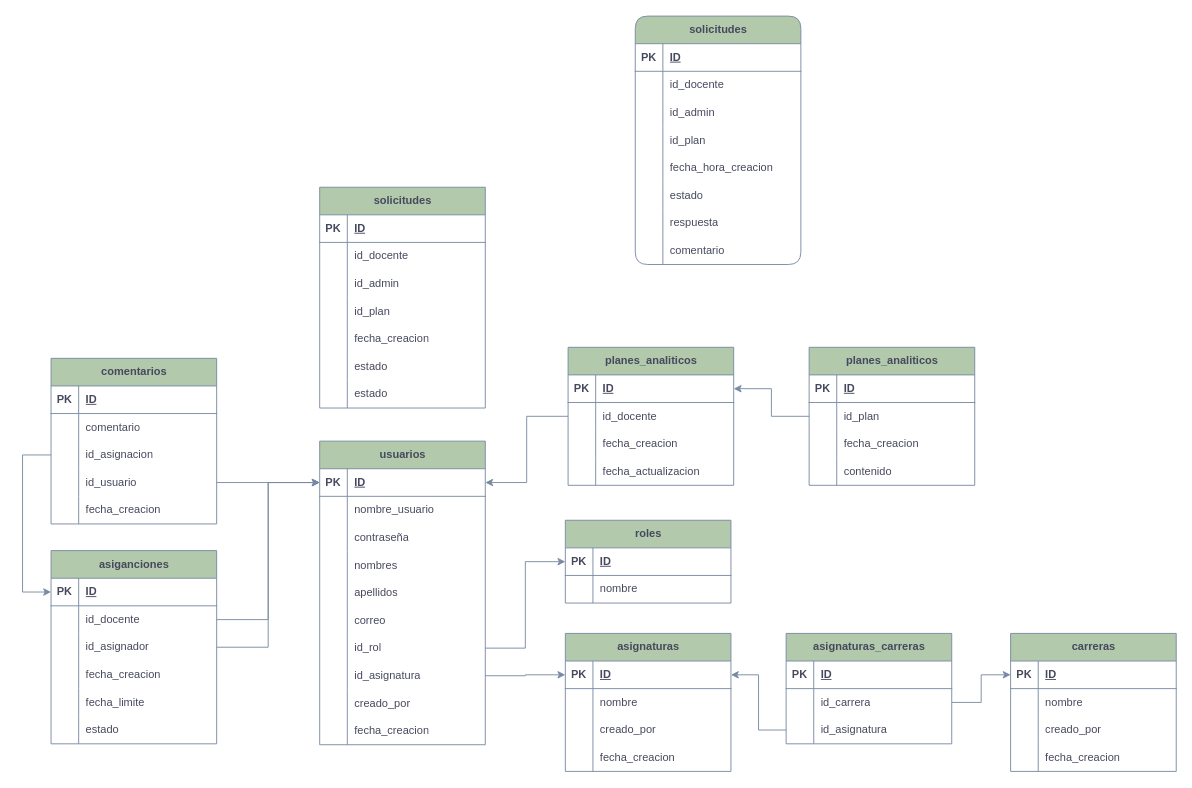
Earlier version of the draw.io diagram page "Diagrama Tablas" (4 of 4) of Diagrama sin título.drawio (JesusBriones2/prueba). Source tidied: cells renumbered, new cells numbered last; positions are measured from the earlier drawing's top-left corner, leaving out a move shared by most shapes. Both pictures are drawn from the tidied source at 92%, with x=0, y=0 at pixel (22, 16).
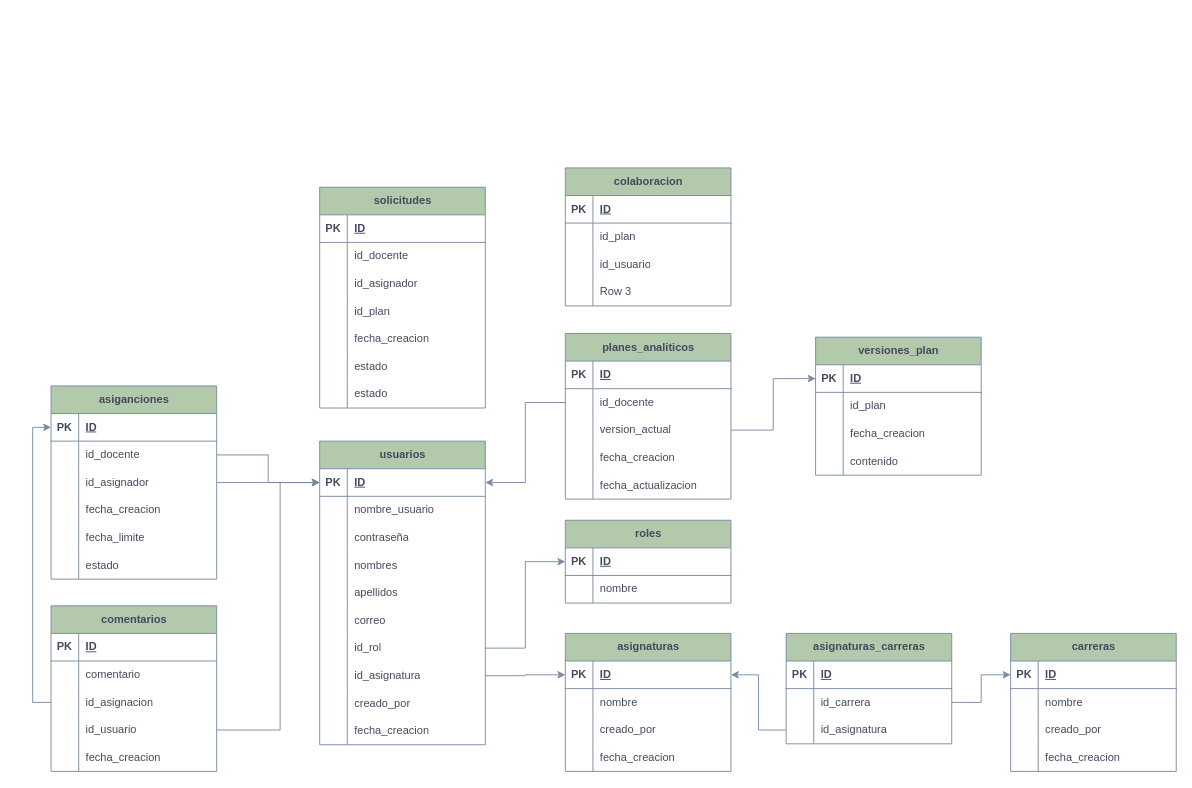
The same page after the edit.

Unchanged cells that the change refers to:
```xml
<mxCell id="3" style="shape=tableRow;horizontal=0;startSize=0;swimlaneHead=0;swimlaneBody=0;fillColor=none;points=[[0,0.5],[1,0.5]];portConstraint=eastwest;top=0;left=0;right=0;bottom=1;strokeColor=#788AA3;fontColor=#46495D;labelBackgroundColor=none;" parent="2" vertex="1">
  <mxGeometry y="30" width="180" height="30" as="geometry" />
</mxCell>
<mxCell id="81" style="shape=tableRow;horizontal=0;startSize=0;swimlaneHead=0;swimlaneBody=0;fillColor=none;points=[[0,0.5],[1,0.5]];portConstraint=eastwest;top=0;left=0;right=0;bottom=1;strokeColor=#788AA3;fontColor=#46495D;labelBackgroundColor=none;" parent="80" vertex="1">
  <mxGeometry y="30" width="180" height="30" as="geometry" />
</mxCell>
<mxCell id="95" style="shape=tableRow;horizontal=0;startSize=0;swimlaneHead=0;swimlaneBody=0;fillColor=none;points=[[0,0.5],[1,0.5]];portConstraint=eastwest;top=0;left=0;right=0;bottom=1;strokeColor=#788AA3;fontColor=#46495D;labelBackgroundColor=none;" parent="94" vertex="1">
  <mxGeometry y="30" width="180" height="30" as="geometry" />
</mxCell>
<mxCell id="98" style="shape=tableRow;horizontal=0;startSize=0;swimlaneHead=0;swimlaneBody=0;fillColor=none;points=[[0,0.5],[1,0.5]];portConstraint=eastwest;top=0;left=0;right=0;bottom=0;strokeColor=#788AA3;fontColor=#46495D;labelBackgroundColor=none;" parent="94" vertex="1">
  <mxGeometry y="60" width="180" height="30" as="geometry" />
</mxCell>
<mxCell id="109" style="shape=tableRow;horizontal=0;startSize=0;swimlaneHead=0;swimlaneBody=0;fillColor=none;points=[[0,0.5],[1,0.5]];portConstraint=eastwest;top=0;left=0;right=0;bottom=1;strokeColor=#788AA3;fontColor=#46495D;labelBackgroundColor=none;" parent="108" vertex="1">
  <mxGeometry y="30" width="180" height="30" as="geometry" />
</mxCell>
<mxCell id="134" style="shape=tableRow;horizontal=0;startSize=0;swimlaneHead=0;swimlaneBody=0;fillColor=none;points=[[0,0.5],[1,0.5]];portConstraint=eastwest;top=0;left=0;right=0;bottom=0;strokeColor=#788AA3;fontColor=#46495D;labelBackgroundColor=none;" parent="127" vertex="1">
  <mxGeometry y="90" width="180" height="30" as="geometry" />
</mxCell>
<mxCell id="137" style="shape=tableRow;horizontal=0;startSize=0;swimlaneHead=0;swimlaneBody=0;fillColor=none;points=[[0,0.5],[1,0.5]];portConstraint=eastwest;top=0;left=0;right=0;bottom=0;strokeColor=#788AA3;fontColor=#46495D;labelBackgroundColor=none;" parent="127" vertex="1">
  <mxGeometry y="120" width="180" height="30" as="geometry" />
</mxCell>
<mxCell id="153" style="shape=tableRow;horizontal=0;startSize=0;swimlaneHead=0;swimlaneBody=0;fillColor=none;top=0;left=0;right=0;bottom=0;strokeColor=#788AA3;fontColor=#46495D;labelBackgroundColor=none;" parent="146" vertex="1">
  <mxGeometry y="90" width="180" height="30" as="geometry" />
</mxCell>
```

What changed in the source:
```diff
@@
     <mxCell id="80" value="planes_analiticos" style="shape=table;startSize=30;childLayout=tableLayout;rowLines=0;fontStyle=1;align=center;html=1;strokeColor=#788AA3;fontColor=#46495D;fillColor=#B2C9AB;labelBackgroundColor=none;" parent="1" vertex="1">
-      <mxGeometry x="593" y="360" width="180" height="150" as="geometry" />
+      <mxGeometry x="590" y="345" width="180" height="180" as="geometry" />
     </mxCell>
@@
+    <mxCell id="194" style="shape=tableRow;horizontal=0;startSize=0;swimlaneHead=0;swimlaneBody=0;fillColor=none;points=[[0,0.5],[1,0.5]];portConstraint=eastwest;top=0;left=0;right=0;bottom=0;strokeColor=#788AA3;fontColor=#46495D;labelBackgroundColor=none;" parent="80" vertex="1">
+      <mxGeometry y="90" width="180" height="30" as="geometry" />
+    </mxCell>
+    <mxCell id="195" style="shape=partialRectangle;fillColor=none;top=0;left=0;bottom=0;right=0;overflow=hidden;whiteSpace=wrap;html=1;strokeColor=#788AA3;fontColor=#46495D;labelBackgroundColor=none;" parent="194" vertex="1">
+      <mxGeometry width="30" height="30" as="geometry" />
+    </mxCell>
+    <mxCell id="196" value="version_actual" style="shape=partialRectangle;fillColor=none;top=0;left=0;bottom=0;right=0;align=left;spacingLeft=6;overflow=hidden;whiteSpace=wrap;html=1;strokeColor=#788AA3;fontColor=#46495D;labelBackgroundColor=none;" parent="194" vertex="1">
+      <mxGeometry x="30" width="150" height="30" as="geometry" />
+    </mxCell>
     <mxCell id="87" style="shape=tableRow;horizontal=0;startSize=0;swimlaneHead=0;swimlaneBody=0;fillColor=none;top=0;left=0;right=0;bottom=0;strokeColor=#788AA3;fontColor=#46495D;labelBackgroundColor=none;" parent="80" vertex="1">
-      <mxGeometry y="90" width="180" height="30" as="geometry" />
+      <mxGeometry y="120" width="180" height="30" as="geometry" />
     </mxCell>
@@
     <mxCell id="90" style="shape=tableRow;horizontal=0;startSize=0;swimlaneHead=0;swimlaneBody=0;fillColor=none;top=0;left=0;right=0;bottom=0;strokeColor=#788AA3;fontColor=#46495D;labelBackgroundColor=none;" parent="80" vertex="1">
-      <mxGeometry y="120" width="180" height="30" as="geometry" />
+      <mxGeometry y="150" width="180" height="30" as="geometry" />
     </mxCell>
@@
-    <mxCell id="94" value="planes_analiticos" style="shape=table;startSize=30;childLayout=tableLayout;rowLines=0;fontStyle=1;align=center;html=1;strokeColor=#788AA3;fontColor=#46495D;fillColor=#B2C9AB;labelBackgroundColor=none;" parent="1" vertex="1">
-      <mxGeometry x="855" y="360" width="180" height="150" as="geometry" />
+    <mxCell id="94" value="versiones_plan" style="shape=table;startSize=30;childLayout=tableLayout;rowLines=0;fontStyle=1;align=center;html=1;strokeColor=#788AA3;fontColor=#46495D;fillColor=#B2C9AB;labelBackgroundColor=none;" parent="1" vertex="1">
+      <mxGeometry x="862" y="349" width="180" height="150" as="geometry" />
     </mxCell>
@@
-    <mxCell id="107" style="edgeStyle=orthogonalEdgeStyle;rounded=0;jettySize=auto;html=1;strokeColor=#788AA3;fontColor=default;fillColor=#B2C9AB;labelBackgroundColor=none;" parent="1" edge="1" source="98" target="81">
-      <mxGeometry relative="1" as="geometry" />
-    </mxCell>
     <mxCell id="108" value="asiganciones" style="shape=table;startSize=30;childLayout=tableLayout;rowLines=0;fontStyle=1;align=center;html=1;strokeColor=#788AA3;fontColor=#46495D;fillColor=#B2C9AB;labelBackgroundColor=none;" parent="1" vertex="1">
-      <mxGeometry x="31" y="581" width="180" height="210" as="geometry" />
+      <mxGeometry x="31" y="402" width="180" height="210" as="geometry" />
     </mxCell>
@@
     <mxCell id="127" value="comentarios" style="shape=table;startSize=30;childLayout=tableLayout;rowLines=0;fontStyle=1;align=center;html=1;strokeColor=#788AA3;fontColor=#46495D;fillColor=#B2C9AB;labelBackgroundColor=none;" parent="1" vertex="1">
-      <mxGeometry x="31" y="372" width="180" height="180" as="geometry" />
+      <mxGeometry x="31" y="641" width="180" height="180" as="geometry" />
     </mxCell>
@@
     <mxCell id="145" style="edgeStyle=orthogonalEdgeStyle;rounded=0;jettySize=auto;html=1;strokeColor=#788AA3;fontColor=#46495D;fillColor=#B2C9AB;" parent="1" edge="1" source="137" target="3">
-      <mxGeometry relative="1" as="geometry" />
+      <mxGeometry relative="1" as="geometry">
+        <Array as="points">
+          <mxPoint x="280" y="776" />
+          <mxPoint x="280" y="507" />
+        </Array>
+      </mxGeometry>
     </mxCell>
@@
-    <mxCell id="155" value="id_admin" style="shape=partialRectangle;fillColor=none;top=0;left=0;bottom=0;right=0;align=left;spacingLeft=6;overflow=hidden;whiteSpace=wrap;html=1;strokeColor=#788AA3;fontColor=#46495D;labelBackgroundColor=none;" parent="153" vertex="1">
+    <mxCell id="155" value="id_asignador" style="shape=partialRectangle;fillColor=none;top=0;left=0;bottom=0;right=0;align=left;spacingLeft=6;overflow=hidden;whiteSpace=wrap;html=1;strokeColor=#788AA3;fontColor=#46495D;labelBackgroundColor=none;" parent="153" vertex="1">
       <mxGeometry x="30" width="150" height="30" as="geometry" />
     </mxCell>
@@
     <mxCell id="168" style="edgeStyle=orthogonalEdgeStyle;rounded=0;jettySize=auto;html=1;strokeColor=#788AA3;fontColor=#46495D;fillColor=#B2C9AB;" parent="1" edge="1" source="134" target="109">
       <mxGeometry relative="1" as="geometry">
         <Array as="points">
-          <mxPoint y="477" />
-          <mxPoint y="626" />
+          <mxPoint x="11" y="746" />
+          <mxPoint x="11" y="447" />
         </Array>
       </mxGeometry>
     </mxCell>
-    <mxCell id="169" value="solicitudes" style="shape=table;startSize=30;childLayout=tableLayout;rowLines=0;fontStyle=1;align=center;html=1;strokeColor=#788AA3;fontColor=#46495D;fillColor=#B2C9AB;labelBackgroundColor=none;rounded=1;" parent="1" vertex="1">
-      <mxGeometry x="666" width="180" height="270" as="geometry" />
-    </mxCell>
-    <mxCell id="170" style="shape=tableRow;horizontal=0;startSize=0;swimlaneHead=0;swimlaneBody=0;fillColor=none;top=0;left=0;right=0;bottom=1;strokeColor=#788AA3;fontColor=#46495D;labelBackgroundColor=none;rounded=1;" parent="169" vertex="1">
-      <mxGeometry y="30" width="180" height="30" as="geometry" />
-    </mxCell>
+    <mxCell id="197" value="colaboracion" style="shape=table;startSize=30;childLayout=tableLayout;rowLines=0;fontStyle=1;align=center;html=1;strokeColor=#788AA3;fontColor=#46495D;fillColor=#B2C9AB;" parent="1" vertex="1">
+      <mxGeometry x="590" y="165" width="180" height="150" as="geometry" />
+    </mxCell>
+    <mxCell id="198" style="shape=tableRow;horizontal=0;startSize=0;swimlaneHead=0;swimlaneBody=0;fillColor=none;top=0;left=0;right=0;bottom=1;strokeColor=#788AA3;fontColor=#46495D;" parent="197" vertex="1">
+      <mxGeometry y="30" width="180" height="30" as="geometry" />
+    </mxCell>
-    <mxCell id="171" value="PK" style="shape=partialRectangle;fillColor=none;top=0;left=0;bottom=0;right=0;fontStyle=1;overflow=hidden;whiteSpace=wrap;html=1;strokeColor=#788AA3;fontColor=#46495D;labelBackgroundColor=none;rounded=1;" parent="170" vertex="1">
+    <mxCell id="171" value="PK" style="shape=partialRectangle;fillColor=none;top=0;left=0;bottom=0;right=0;fontStyle=1;overflow=hidden;whiteSpace=wrap;html=1;strokeColor=#788AA3;fontColor=#46495D;" parent="198" vertex="1">
       <mxGeometry width="30" height="30" as="geometry" />
     </mxCell>
-    <mxCell id="172" value="ID" style="shape=partialRectangle;fillColor=none;top=0;left=0;bottom=0;right=0;align=left;spacingLeft=6;fontStyle=5;overflow=hidden;whiteSpace=wrap;html=1;strokeColor=#788AA3;fontColor=#46495D;labelBackgroundColor=none;rounded=1;" parent="170" vertex="1">
+    <mxCell id="172" value="ID" style="shape=partialRectangle;fillColor=none;top=0;left=0;bottom=0;right=0;align=left;spacingLeft=6;fontStyle=5;overflow=hidden;whiteSpace=wrap;html=1;strokeColor=#788AA3;fontColor=#46495D;" parent="198" vertex="1">
       <mxGeometry x="30" width="150" height="30" as="geometry" />
     </mxCell>
-    <mxCell id="173" style="shape=tableRow;horizontal=0;startSize=0;swimlaneHead=0;swimlaneBody=0;fillColor=none;top=0;left=0;right=0;bottom=0;strokeColor=#788AA3;fontColor=#46495D;labelBackgroundColor=none;rounded=1;" parent="169" vertex="1">
-      <mxGeometry y="60" width="180" height="30" as="geometry" />
-    </mxCell>
-    <mxCell id="174" style="shape=partialRectangle;fillColor=none;top=0;left=0;bottom=0;right=0;overflow=hidden;whiteSpace=wrap;html=1;strokeColor=#788AA3;fontColor=#46495D;labelBackgroundColor=none;rounded=1;" parent="173" vertex="1">
-      <mxGeometry width="30" height="30" as="geometry" />
-    </mxCell>
-    <mxCell id="175" value="id_docente" style="shape=partialRectangle;fillColor=none;top=0;left=0;bottom=0;right=0;align=left;spacingLeft=6;overflow=hidden;whiteSpace=wrap;html=1;strokeColor=#788AA3;fontColor=#46495D;labelBackgroundColor=none;rounded=1;" parent="173" vertex="1">
-      <mxGeometry x="30" width="150" height="30" as="geometry" />
-    </mxCell>
-    <mxCell id="176" style="shape=tableRow;horizontal=0;startSize=0;swimlaneHead=0;swimlaneBody=0;fillColor=none;top=0;left=0;right=0;bottom=0;strokeColor=#788AA3;fontColor=#46495D;labelBackgroundColor=none;rounded=1;" parent="169" vertex="1">
-      <mxGeometry y="90" width="180" height="30" as="geometry" />
-    </mxCell>
-    <mxCell id="177" style="shape=partialRectangle;fillColor=none;top=0;left=0;bottom=0;right=0;overflow=hidden;whiteSpace=wrap;html=1;strokeColor=#788AA3;fontColor=#46495D;labelBackgroundColor=none;rounded=1;" parent="176" vertex="1">
-      <mxGeometry width="30" height="30" as="geometry" />
-    </mxCell>
-    <mxCell id="178" value="id_admin" style="shape=partialRectangle;fillColor=none;top=0;left=0;bottom=0;right=0;align=left;spacingLeft=6;overflow=hidden;whiteSpace=wrap;html=1;strokeColor=#788AA3;fontColor=#46495D;labelBackgroundColor=none;rounded=1;" parent="176" vertex="1">
-      <mxGeometry x="30" width="150" height="30" as="geometry" />
-    </mxCell>
-    <mxCell id="179" style="shape=tableRow;horizontal=0;startSize=0;swimlaneHead=0;swimlaneBody=0;fillColor=none;top=0;left=0;right=0;bottom=0;strokeColor=#788AA3;fontColor=#46495D;labelBackgroundColor=none;rounded=1;" parent="169" vertex="1">
-      <mxGeometry y="120" width="180" height="30" as="geometry" />
-    </mxCell>
-    <mxCell id="180" style="shape=partialRectangle;fillColor=none;top=0;left=0;bottom=0;right=0;overflow=hidden;whiteSpace=wrap;html=1;strokeColor=#788AA3;fontColor=#46495D;labelBackgroundColor=none;rounded=1;" parent="179" vertex="1">
-      <mxGeometry width="30" height="30" as="geometry" />
-    </mxCell>
+    <mxCell id="199" style="shape=tableRow;horizontal=0;startSize=0;swimlaneHead=0;swimlaneBody=0;fillColor=none;top=0;left=0;right=0;bottom=0;strokeColor=#788AA3;fontColor=#46495D;" parent="197" vertex="1">
+      <mxGeometry y="60" width="180" height="30" as="geometry" />
+    </mxCell>
+    <mxCell id="200" style="shape=partialRectangle;fillColor=none;top=0;left=0;bottom=0;right=0;overflow=hidden;whiteSpace=wrap;html=1;strokeColor=#788AA3;fontColor=#46495D;" parent="199" vertex="1">
+      <mxGeometry width="30" height="30" as="geometry" />
+    </mxCell>
-    <mxCell id="181" value="id_plan" style="shape=partialRectangle;fillColor=none;top=0;left=0;bottom=0;right=0;align=left;spacingLeft=6;overflow=hidden;whiteSpace=wrap;html=1;strokeColor=#788AA3;fontColor=#46495D;labelBackgroundColor=none;rounded=1;" parent="179" vertex="1">
+    <mxCell id="181" value="id_plan" style="shape=partialRectangle;fillColor=none;top=0;left=0;bottom=0;right=0;align=left;spacingLeft=6;overflow=hidden;whiteSpace=wrap;html=1;strokeColor=#788AA3;fontColor=#46495D;" parent="199" vertex="1">
       <mxGeometry x="30" width="150" height="30" as="geometry" />
     </mxCell>
-    <mxCell id="182" style="shape=tableRow;horizontal=0;startSize=0;swimlaneHead=0;swimlaneBody=0;fillColor=none;top=0;left=0;right=0;bottom=0;strokeColor=#788AA3;fontColor=#46495D;labelBackgroundColor=none;rounded=1;" parent="169" vertex="1">
-      <mxGeometry y="150" width="180" height="30" as="geometry" />
-    </mxCell>
-    <mxCell id="183" style="shape=partialRectangle;fillColor=none;top=0;left=0;bottom=0;right=0;overflow=hidden;whiteSpace=wrap;html=1;strokeColor=#788AA3;fontColor=#46495D;labelBackgroundColor=none;rounded=1;" parent="182" vertex="1">
-      <mxGeometry width="30" height="30" as="geometry" />
-    </mxCell>
-    <mxCell id="184" value="fecha_hora_creacion" style="shape=partialRectangle;fillColor=none;top=0;left=0;bottom=0;right=0;align=left;spacingLeft=6;overflow=hidden;whiteSpace=wrap;html=1;strokeColor=#788AA3;fontColor=#46495D;labelBackgroundColor=none;rounded=1;" parent="182" vertex="1">
-      <mxGeometry x="30" width="150" height="30" as="geometry" />
-    </mxCell>
-    <mxCell id="185" style="shape=tableRow;horizontal=0;startSize=0;swimlaneHead=0;swimlaneBody=0;fillColor=none;top=0;left=0;right=0;bottom=0;strokeColor=#788AA3;fontColor=#46495D;labelBackgroundColor=none;rounded=1;" parent="169" vertex="1">
-      <mxGeometry y="180" width="180" height="30" as="geometry" />
-    </mxCell>
-    <mxCell id="186" style="shape=partialRectangle;fillColor=none;top=0;left=0;bottom=0;right=0;overflow=hidden;whiteSpace=wrap;html=1;strokeColor=#788AA3;fontColor=#46495D;labelBackgroundColor=none;rounded=1;" parent="185" vertex="1">
-      <mxGeometry width="30" height="30" as="geometry" />
-    </mxCell>
-    <mxCell id="187" value="estado" style="shape=partialRectangle;fillColor=none;top=0;left=0;bottom=0;right=0;align=left;spacingLeft=6;overflow=hidden;whiteSpace=wrap;html=1;strokeColor=#788AA3;fontColor=#46495D;labelBackgroundColor=none;rounded=1;" parent="185" vertex="1">
-      <mxGeometry x="30" width="150" height="30" as="geometry" />
-    </mxCell>
-    <mxCell id="188" style="shape=tableRow;horizontal=0;startSize=0;swimlaneHead=0;swimlaneBody=0;fillColor=none;top=0;left=0;right=0;bottom=0;strokeColor=#788AA3;fontColor=#46495D;labelBackgroundColor=none;rounded=1;" parent="169" vertex="1">
-      <mxGeometry y="210" width="180" height="30" as="geometry" />
-    </mxCell>
-    <mxCell id="189" style="shape=partialRectangle;fillColor=none;top=0;left=0;bottom=0;right=0;overflow=hidden;whiteSpace=wrap;html=1;strokeColor=#788AA3;fontColor=#46495D;labelBackgroundColor=none;rounded=1;" parent="188" vertex="1">
-      <mxGeometry width="30" height="30" as="geometry" />
-    </mxCell>
-    <mxCell id="190" value="respuesta" style="shape=partialRectangle;fillColor=none;top=0;left=0;bottom=0;right=0;align=left;spacingLeft=6;overflow=hidden;whiteSpace=wrap;html=1;strokeColor=#788AA3;fontColor=#46495D;labelBackgroundColor=none;rounded=1;" parent="188" vertex="1">
-      <mxGeometry x="30" width="150" height="30" as="geometry" />
-    </mxCell>
-    <mxCell id="191" style="shape=tableRow;horizontal=0;startSize=0;swimlaneHead=0;swimlaneBody=0;fillColor=none;top=0;left=0;right=0;bottom=0;strokeColor=#788AA3;fontColor=#46495D;labelBackgroundColor=none;rounded=1;" parent="169" vertex="1">
-      <mxGeometry y="240" width="180" height="30" as="geometry" />
-    </mxCell>
-    <mxCell id="192" style="shape=partialRectangle;fillColor=none;top=0;left=0;bottom=0;right=0;overflow=hidden;whiteSpace=wrap;html=1;strokeColor=#788AA3;fontColor=#46495D;labelBackgroundColor=none;rounded=1;" parent="191" vertex="1">
-      <mxGeometry width="30" height="30" as="geometry" />
-    </mxCell>
-    <mxCell id="193" value="comentario" style="shape=partialRectangle;fillColor=none;top=0;left=0;bottom=0;right=0;align=left;spacingLeft=6;overflow=hidden;whiteSpace=wrap;html=1;strokeColor=#788AA3;fontColor=#46495D;labelBackgroundColor=none;rounded=1;" parent="191" vertex="1">
-      <mxGeometry x="30" width="150" height="30" as="geometry" />
-    </mxCell>
+    <mxCell id="201" style="shape=tableRow;horizontal=0;startSize=0;swimlaneHead=0;swimlaneBody=0;fillColor=none;top=0;left=0;right=0;bottom=0;strokeColor=#788AA3;fontColor=#46495D;" parent="197" vertex="1">
+      <mxGeometry y="90" width="180" height="30" as="geometry" />
+    </mxCell>
+    <mxCell id="202" style="shape=partialRectangle;fillColor=none;top=0;left=0;bottom=0;right=0;overflow=hidden;whiteSpace=wrap;html=1;strokeColor=#788AA3;fontColor=#46495D;" parent="201" vertex="1">
+      <mxGeometry width="30" height="30" as="geometry" />
+    </mxCell>
+    <mxCell id="203" value="id_usuario" style="shape=partialRectangle;fillColor=none;top=0;left=0;bottom=0;right=0;align=left;spacingLeft=6;overflow=hidden;whiteSpace=wrap;html=1;strokeColor=#788AA3;fontColor=#46495D;" parent="201" vertex="1">
+      <mxGeometry x="30" width="150" height="30" as="geometry" />
+    </mxCell>
+    <mxCell id="204" style="shape=tableRow;horizontal=0;startSize=0;swimlaneHead=0;swimlaneBody=0;fillColor=none;top=0;left=0;right=0;bottom=0;strokeColor=#788AA3;fontColor=#46495D;" parent="197" vertex="1">
+      <mxGeometry y="120" width="180" height="30" as="geometry" />
+    </mxCell>
+    <mxCell id="205" style="shape=partialRectangle;fillColor=none;top=0;left=0;bottom=0;right=0;overflow=hidden;whiteSpace=wrap;html=1;strokeColor=#788AA3;fontColor=#46495D;" parent="204" vertex="1">
+      <mxGeometry width="30" height="30" as="geometry" />
+    </mxCell>
+    <mxCell id="206" value="Row 3" style="shape=partialRectangle;fillColor=none;top=0;left=0;bottom=0;right=0;align=left;spacingLeft=6;overflow=hidden;whiteSpace=wrap;html=1;strokeColor=#788AA3;fontColor=#46495D;" parent="204" vertex="1">
+      <mxGeometry x="30" width="150" height="30" as="geometry" />
+    </mxCell>
+    <mxCell id="207" style="edgeStyle=orthogonalEdgeStyle;rounded=0;jettySize=auto;html=1;strokeColor=#788AA3;fontColor=#46495D;fillColor=#B2C9AB;" parent="1" edge="1" source="194" target="95">
+      <mxGeometry relative="1" as="geometry" />
+    </mxCell>
```
